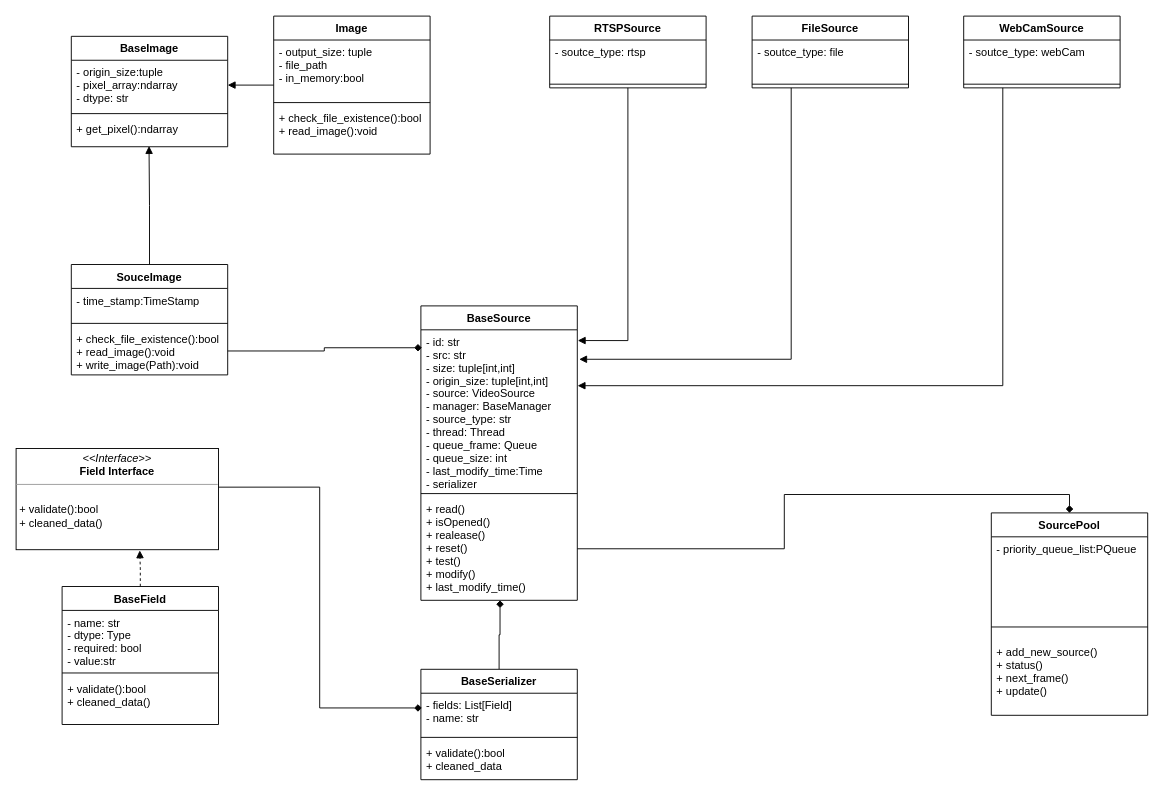
armin-azh/siamese keeps this draw.io diagram as page "Source Class Diagram" (2 of 2) of doc/diagram/face recognition.drawio. Above is the earlier version. Source tidied: cells renumbered, new cells numbered last; positions are measured from the earlier drawing's top-left corner, leaving out a move shared by most shapes. Both pictures are drawn from the tidied source at 92%, with x=0, y=0 at pixel (16, 16).
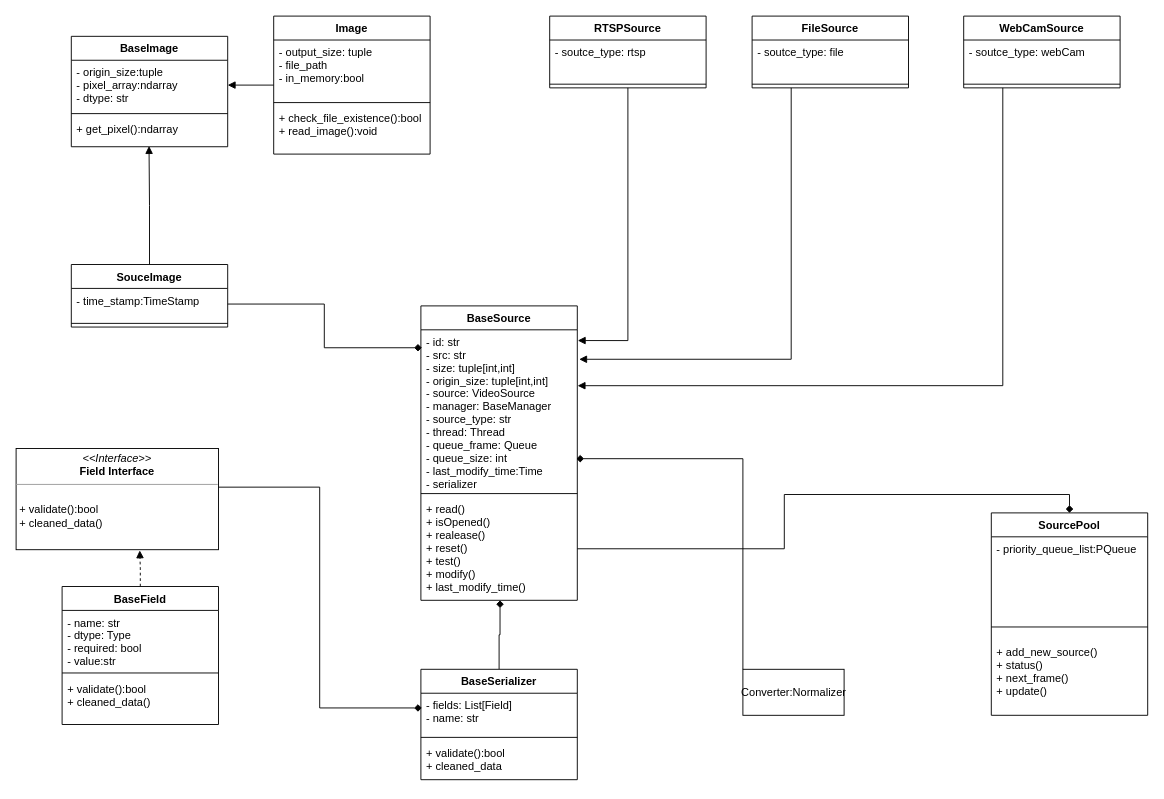
The same diagram, later.

Unchanged cells that the change refers to:
```xml
<mxCell id="3" value="- id: str&#10;- src: str&#10;- size: tuple[int,int]&#10;- origin_size: tuple[int,int]&#10;- source: VideoSource&#10;- manager: BaseManager&#10;- source_type: str&#10;- thread: Thread&#10;- queue_frame: Queue&#10;- queue_size: int&#10;- last_modify_time:Time&#10;- serializer" style="text;strokeColor=none;fillColor=none;align=left;verticalAlign=top;spacingLeft=4;spacingRight=4;overflow=hidden;points=[[0,0.5],[1,0.5]];portConstraint=eastwest;" parent="2" vertex="1">
  <mxGeometry y="26" width="170" height="174" as="geometry" />
</mxCell>
<mxCell id="21" value="- time_stamp:TimeStamp" style="text;strokeColor=none;fillColor=none;align=left;verticalAlign=top;spacingLeft=4;spacingRight=4;overflow=hidden;points=[[0,0.5],[1,0.5]];portConstraint=eastwest;" parent="20" vertex="1">
  <mxGeometry y="26" width="170" height="34" as="geometry" />
</mxCell>
```

What changed in the source:
```diff
@@
     <mxCell id="20" value="SouceImage" style="swimlane;fontStyle=1;align=center;verticalAlign=top;horizontal=1;startSize=26;" parent="1" vertex="1">
-      <mxGeometry x="60" y="270" width="170" height="120" as="geometry" />
+      <mxGeometry x="60" y="270" width="170" height="68" as="geometry" />
     </mxCell>
@@
-    <mxCell id="23" value="+ check_file_existence():bool&#10;+ read_image():void&#10;+ write_image(Path):void" style="text;strokeColor=none;fillColor=none;align=left;verticalAlign=top;spacingLeft=4;spacingRight=4;overflow=hidden;points=[[0,0.5],[1,0.5]];portConstraint=eastwest;" parent="20" vertex="1">
-      <mxGeometry y="68" width="170" height="52" as="geometry" />
-    </mxCell>
-    <mxCell id="24" style="edgeStyle=orthogonalEdgeStyle;rounded=0;jettySize=auto;html=1;endArrow=diamond;endFill=1;entryX=0.006;entryY=0.112;entryDx=0;entryDy=0;entryPerimeter=0;" parent="1" edge="1" source="23" target="3">
+    <mxCell id="24" style="edgeStyle=orthogonalEdgeStyle;rounded=0;jettySize=auto;html=1;endArrow=diamond;endFill=1;entryX=0.006;entryY=0.112;entryDx=0;entryDy=0;entryPerimeter=0;exitX=1;exitY=0.5;exitDx=0;exitDy=0;" parent="1" edge="1" source="21" target="3">
       <mxGeometry relative="1" as="geometry" />
     </mxCell>
@@
+    <mxCell id="50" style="edgeStyle=orthogonalEdgeStyle;rounded=0;jettySize=auto;html=1;exitX=0;exitY=0;exitDx=0;exitDy=0;entryX=0.994;entryY=0.805;entryDx=0;entryDy=0;entryPerimeter=0;endArrow=diamond;endFill=1;" parent="1" edge="1" source="51" target="3">
+      <mxGeometry relative="1" as="geometry" />
+    </mxCell>
+    <mxCell id="51" value="Converter:Normalizer" style="html=1;" parent="1" vertex="1">
+      <mxGeometry x="790" y="710" width="110" height="50" as="geometry" />
+    </mxCell>
```
